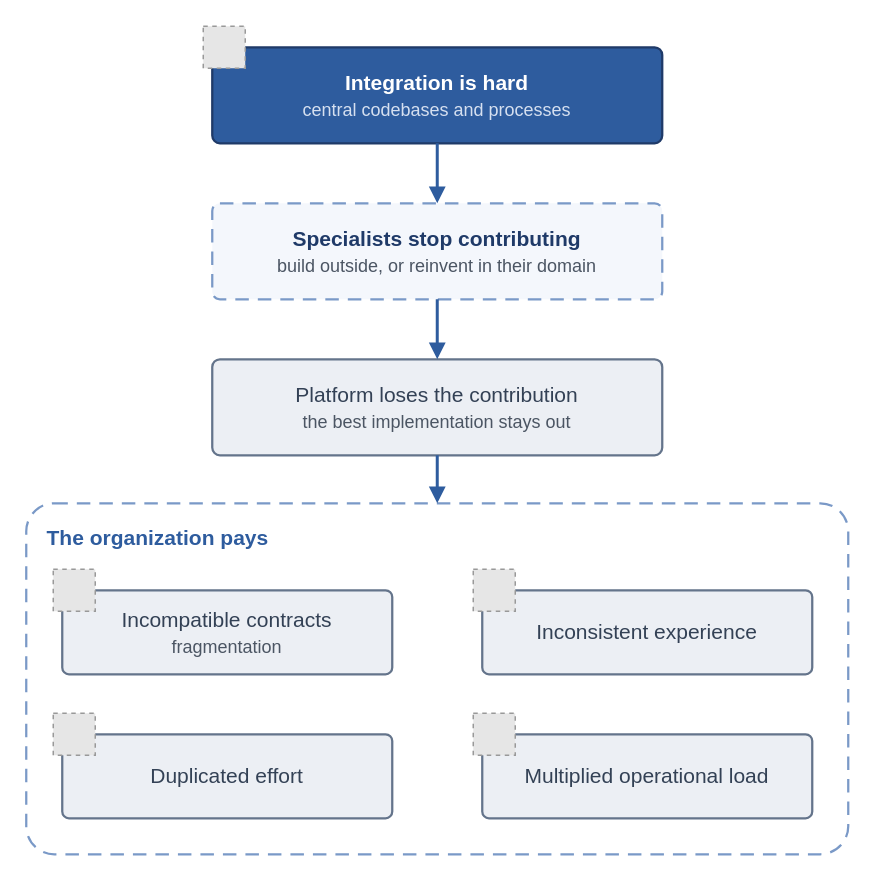
This is diagrams/centralized-friction-loop.drawio from missBerg/platform-capabilities, a draw.io file, before an edit. Source tidied: cells renumbered, new cells numbered last; positions are measured from the earlier drawing's top-left corner, leaving out a move shared by most shapes. Both pictures are drawn from the tidied source at 150%, with x=0, y=0 at pixel (26, 26). Pictures stored in the file or linked from it are replaced by grey dashed boxes.
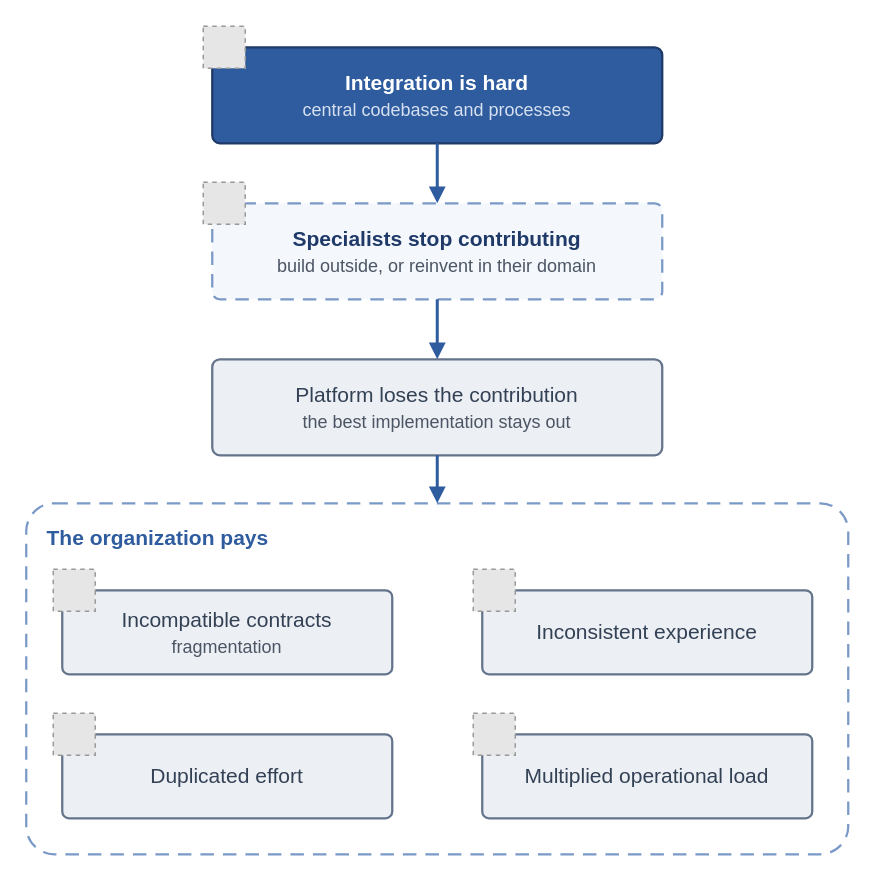
After the change.

The edit, as a diff of the source:
```diff
@@
 <mxGraphModel>
   <root>
     <mxCell id="0" />
     <mxCell id="1" parent="0" />
     <mxCell id="2" value="&lt;b&gt;The organization pays&lt;/b&gt;" style="rounded=1;whiteSpace=wrap;html=1;arcSize=8;fillColor=none;strokeColor=#7A99C7;strokeWidth=1.5;fontColor=#2E5C9E;fontFamily=Helvetica;fontSize=14;align=left;verticalAlign=top;dashed=1;dashPattern=6 4;spacingLeft=12;spacingTop=8;shadow=0;" parent="1" vertex="1">
       <mxGeometry y="318" width="548" height="234" as="geometry" />
     </mxCell>
     <mxCell id="3" value="&lt;b&gt;Integration is hard&lt;/b&gt;&lt;br&gt;&lt;font style=&quot;font-size: 12px&quot; color=&quot;#D6E0F0&quot;&gt;central codebases and processes&lt;/font&gt;" style="rounded=1;whiteSpace=wrap;html=1;arcSize=8;fillColor=#2E5C9E;strokeColor=#1F3A68;strokeWidth=1.5;fontColor=#FFFFFF;fontFamily=Helvetica;fontSize=14;align=center;verticalAlign=middle;shadow=0;" parent="1" vertex="1">
       <mxGeometry x="124" y="14" width="300" height="64" as="geometry" />
     </mxCell>
     <mxCell id="4" style="fillColor=#E6E6E6;strokeColor=#999999;dashed=1;verticalLabelPosition=bottom;verticalAlign=top;align=center;fontFamily=Helvetica;fontSize=14;fontColor=#1F3A68;" parent="1" vertex="1">
       <mxGeometry x="118" width="28" height="28" as="geometry" />
     </mxCell>
     <mxCell id="5" value="&lt;b&gt;Specialists stop contributing&lt;/b&gt;&lt;br&gt;&lt;font style=&quot;font-size: 12px&quot; color=&quot;#4B5563&quot;&gt;build outside, or reinvent in their domain&lt;/font&gt;" style="rounded=1;whiteSpace=wrap;html=1;arcSize=8;fillColor=#F4F7FC;strokeColor=#7A99C7;strokeWidth=1.5;dashed=1;dashPattern=6 4;fontColor=#1F3A68;fontFamily=Helvetica;fontSize=14;align=center;verticalAlign=middle;shadow=0;" parent="1" vertex="1">
       <mxGeometry x="124" y="118" width="300" height="64" as="geometry" />
     </mxCell>
+    <mxCell id="18" style="fillColor=#E6E6E6;strokeColor=#999999;dashed=1;verticalLabelPosition=bottom;verticalAlign=top;align=center;fontFamily=Helvetica;fontSize=14;fontColor=#1F3A68;" parent="1" vertex="1">
+      <mxGeometry x="118" y="104" width="28" height="28" as="geometry" />
+    </mxCell>
     <mxCell id="6" value="Platform loses the contribution&lt;br&gt;&lt;font style=&quot;font-size: 12px&quot; color=&quot;#4B5563&quot;&gt;the best implementation stays out&lt;/font&gt;" style="rounded=1;whiteSpace=wrap;html=1;arcSize=8;fillColor=#ECEFF4;strokeColor=#64748B;strokeWidth=1.5;fontColor=#334155;fontFamily=Helvetica;fontSize=14;align=center;verticalAlign=middle;shadow=0;" parent="1" vertex="1">
       <mxGeometry x="124" y="222" width="300" height="64" as="geometry" />
     </mxCell>
     <mxCell id="7" value="Incompatible contracts&lt;br&gt;&lt;font style=&quot;font-size: 12px&quot; color=&quot;#4B5563&quot;&gt;fragmentation&lt;/font&gt;" style="rounded=1;whiteSpace=wrap;html=1;arcSize=8;fillColor=#ECEFF4;strokeColor=#64748B;strokeWidth=1.5;fontColor=#334155;fontFamily=Helvetica;fontSize=14;align=center;verticalAlign=middle;shadow=0;" parent="1" vertex="1">
       <mxGeometry x="24" y="376" width="220" height="56" as="geometry" />
     </mxCell>
     <mxCell id="8" style="fillColor=#E6E6E6;strokeColor=#999999;dashed=1;verticalLabelPosition=bottom;verticalAlign=top;align=center;fontFamily=Helvetica;fontSize=14;fontColor=#1F3A68;" parent="1" vertex="1">
       <mxGeometry x="18" y="362" width="28" height="28" as="geometry" />
     </mxCell>
     <mxCell id="9" value="Inconsistent experience" style="rounded=1;whiteSpace=wrap;html=1;arcSize=8;fillColor=#ECEFF4;strokeColor=#64748B;strokeWidth=1.5;fontColor=#334155;fontFamily=Helvetica;fontSize=14;align=center;verticalAlign=middle;shadow=0;" parent="1" vertex="1">
       <mxGeometry x="304" y="376" width="220" height="56" as="geometry" />
     </mxCell>
     <mxCell id="10" style="fillColor=#E6E6E6;strokeColor=#999999;dashed=1;verticalLabelPosition=bottom;verticalAlign=top;align=center;fontFamily=Helvetica;fontSize=14;fontColor=#1F3A68;" parent="1" vertex="1">
       <mxGeometry x="298" y="362" width="28" height="28" as="geometry" />
     </mxCell>
     <mxCell id="11" value="Duplicated effort" style="rounded=1;whiteSpace=wrap;html=1;arcSize=8;fillColor=#ECEFF4;strokeColor=#64748B;strokeWidth=1.5;fontColor=#334155;fontFamily=Helvetica;fontSize=14;align=center;verticalAlign=middle;shadow=0;" parent="1" vertex="1">
       <mxGeometry x="24" y="472" width="220" height="56" as="geometry" />
     </mxCell>
     <mxCell id="12" style="fillColor=#E6E6E6;strokeColor=#999999;dashed=1;verticalLabelPosition=bottom;verticalAlign=top;align=center;fontFamily=Helvetica;fontSize=14;fontColor=#1F3A68;" parent="1" vertex="1">
       <mxGeometry x="18" y="458" width="28" height="28" as="geometry" />
     </mxCell>
     <mxCell id="13" value="Multiplied operational load" style="rounded=1;whiteSpace=wrap;html=1;arcSize=8;fillColor=#ECEFF4;strokeColor=#64748B;strokeWidth=1.5;fontColor=#334155;fontFamily=Helvetica;fontSize=14;align=center;verticalAlign=middle;shadow=0;" parent="1" vertex="1">
       <mxGeometry x="304" y="472" width="220" height="56" as="geometry" />
     </mxCell>
     <mxCell id="14" style="fillColor=#E6E6E6;strokeColor=#999999;dashed=1;verticalLabelPosition=bottom;verticalAlign=top;align=center;fontFamily=Helvetica;fontSize=14;fontColor=#1F3A68;" parent="1" vertex="1">
       <mxGeometry x="298" y="458" width="28" height="28" as="geometry" />
     </mxCell>
     <mxCell id="15" style="edgeStyle=orthogonalEdgeStyle;endArrow=block;html=1;rounded=0;strokeColor=#2E5C9E;strokeWidth=2;fontColor=#1F3A68;fontFamily=Helvetica;fontSize=12;endFill=1;curved=1;exitX=0.5;exitY=1;exitDx=0;exitDy=0;entryX=0.5;entryY=0;entryDx=0;entryDy=0;" parent="1" edge="1" source="3" target="5">
       <mxGeometry relative="1" as="geometry" />
     </mxCell>
     <mxCell id="16" style="edgeStyle=orthogonalEdgeStyle;endArrow=block;html=1;rounded=0;strokeColor=#2E5C9E;strokeWidth=2;fontColor=#1F3A68;fontFamily=Helvetica;fontSize=12;endFill=1;curved=1;exitX=0.5;exitY=1;exitDx=0;exitDy=0;entryX=0.5;entryY=0;entryDx=0;entryDy=0;" parent="1" edge="1" source="5" target="6">
       <mxGeometry relative="1" as="geometry" />
     </mxCell>
     <mxCell id="17" style="edgeStyle=orthogonalEdgeStyle;endArrow=block;html=1;rounded=0;strokeColor=#2E5C9E;strokeWidth=2;fontColor=#1F3A68;fontFamily=Helvetica;fontSize=12;endFill=1;curved=1;exitX=0.5;exitY=1;exitDx=0;exitDy=0;entryX=0.5;entryY=0;entryDx=0;entryDy=0;" parent="1" edge="1" source="6" target="2">
       <mxGeometry relative="1" as="geometry" />
     </mxCell>
   </root>
 </mxGraphModel>
```
